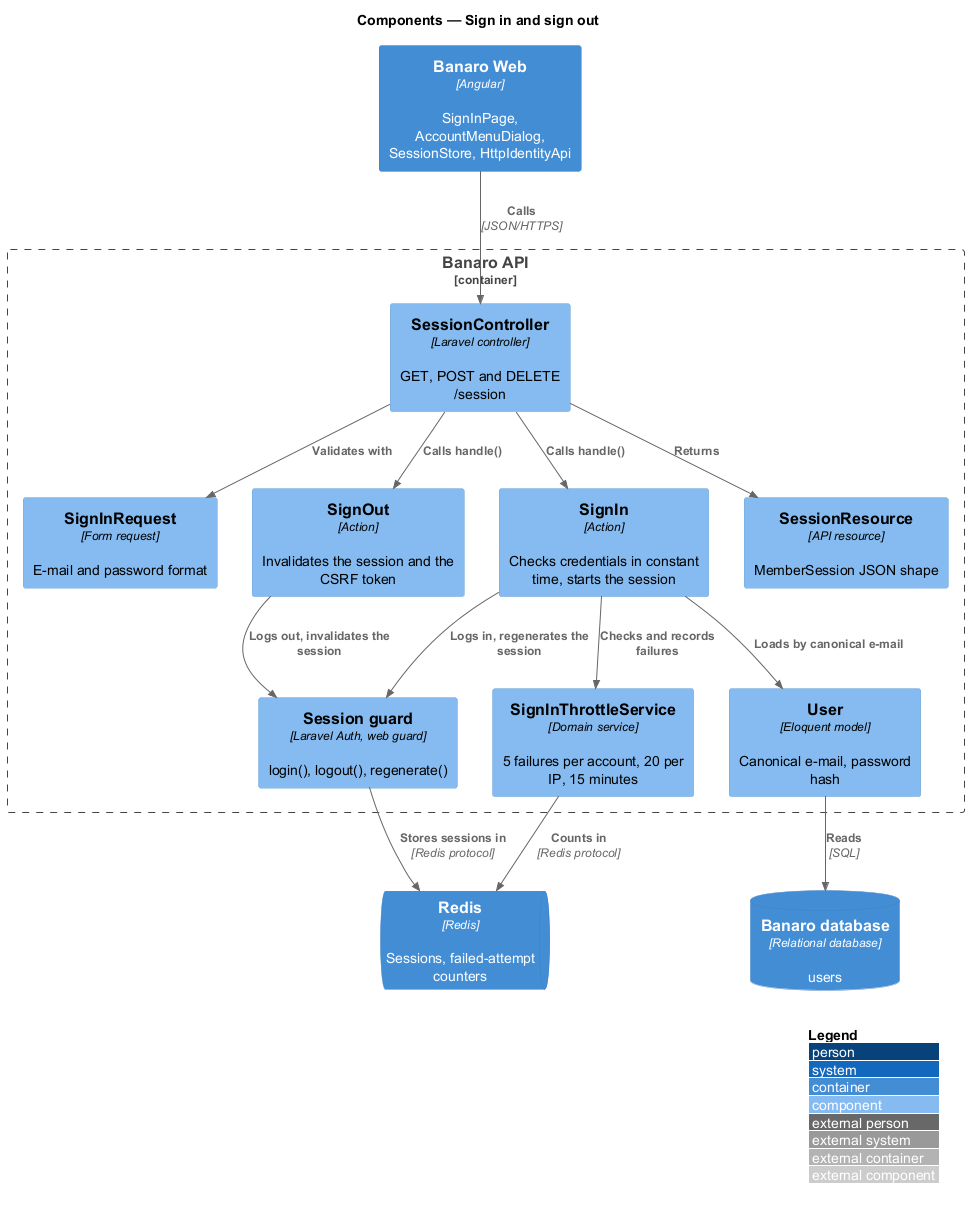
QuinntyneBrown/banaro keeps this PlantUML diagram as docs/detailed-designs/identity/sign-in-and-sign-out/diagrams/c4-component.png. Above is the earlier version.
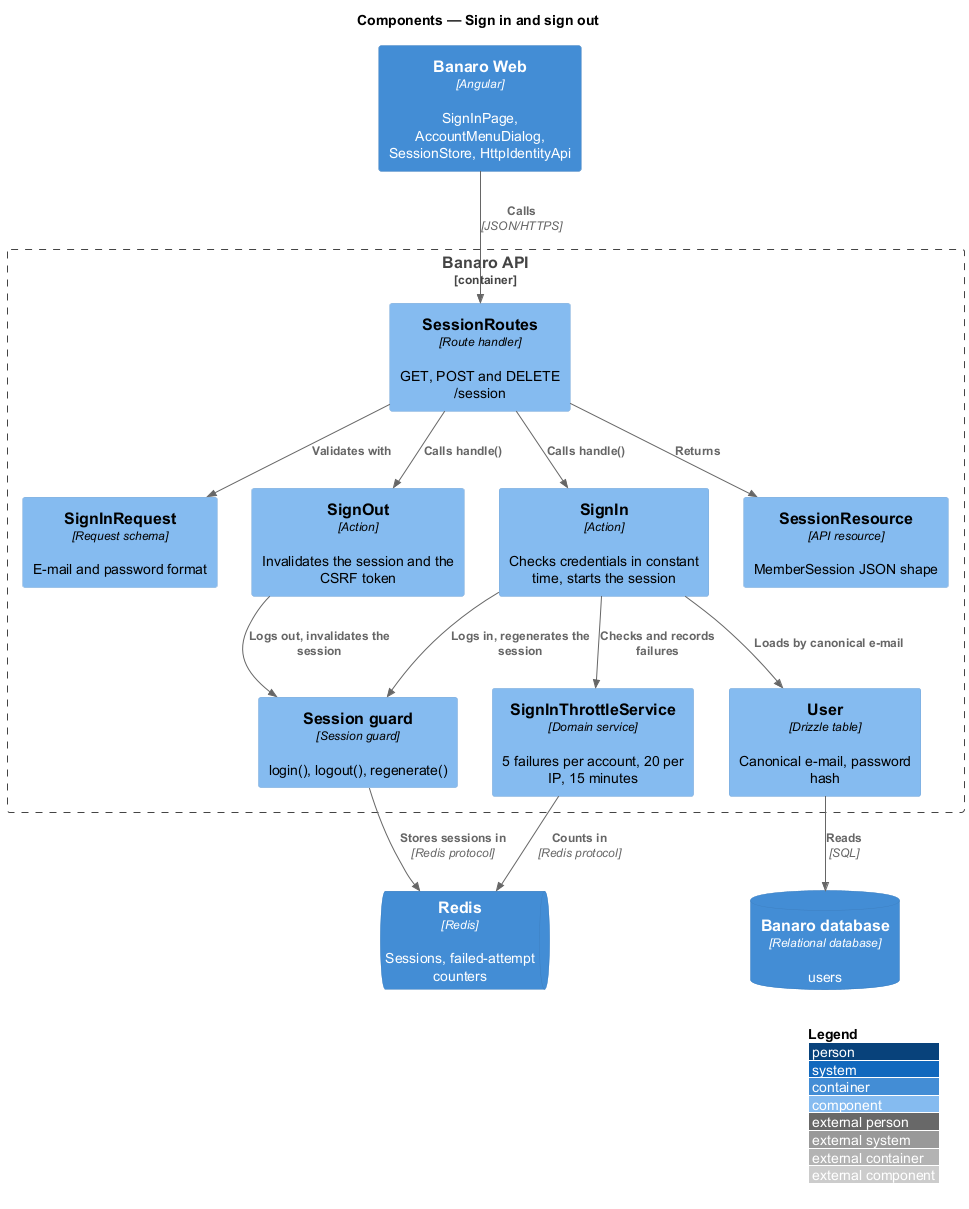
The same diagram one commit later.

What changed in the source:
```diff
@@ -8,13 +8,13 @@
 ContainerQueue(redis, "Redis", "Redis", "Sessions, failed-attempt counters")
 
 Container_Boundary(api, "Banaro API") {
-  Component(ctrl, "SessionController", "Laravel controller", "GET, POST and DELETE /session")
-  Component(req, "SignInRequest", "Form request", "E-mail and password format")
+  Component(ctrl, "SessionRoutes", "Route handler", "GET, POST and DELETE /session")
+  Component(req, "SignInRequest", "Request schema", "E-mail and password format")
   Component(signin, "SignIn", "Action", "Checks credentials in constant time, starts the session")
   Component(signout, "SignOut", "Action", "Invalidates the session and the CSRF token")
   Component(throttle, "SignInThrottleService", "Domain service", "5 failures per account, 20 per IP, 15 minutes")
-  Component(guard, "Session guard", "Laravel Auth, web guard", "login(), logout(), regenerate()")
-  Component(user, "User", "Eloquent model", "Canonical e-mail, password hash")
+  Component(guard, "Session guard", "Session guard", "login(), logout(), regenerate()")
+  Component(user, "User", "Drizzle table", "Canonical e-mail, password hash")
   Component(resource, "SessionResource", "API resource", "MemberSession JSON shape")
 }
 
```
